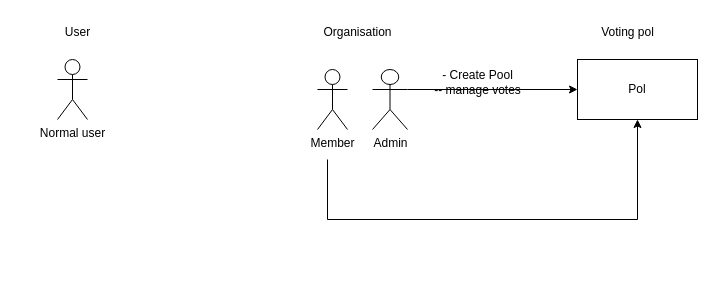
Before: Untitled Diagram.drawio in Habinezajanvier/voting-app-api, a draw.io diagram. Source tidied: cells renumbered, new cells numbered last; positions are measured from the earlier drawing's top-left corner, leaving out a move shared by most shapes. Both pictures are drawn from the tidied source at 100%, with x=0, y=0 at pixel (52, 17).
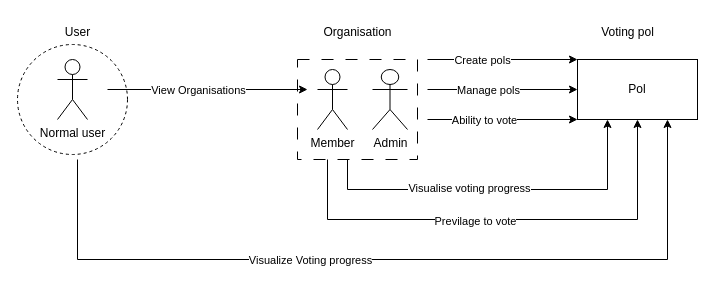
After the change.

Commit message:
overall diagram picture

The change refers to these unchanged cells:
```xml
<mxCell id="7" value="Admin" style="shape=umlActor;verticalLabelPosition=bottom;verticalAlign=top;html=1;outlineConnect=0;" parent="1" vertex="1">
  <mxGeometry x="320" y="52" width="35" height="60" as="geometry" />
</mxCell>
<mxCell id="8" value="Pol" style="rounded=0;whiteSpace=wrap;html=1;" parent="1" vertex="1">
  <mxGeometry x="525" y="42" width="120" height="60" as="geometry" />
</mxCell>
<mxCell id="11" style="endArrow=classic;html=1;rounded=0;entryX=0.5;entryY=1;entryDx=0;entryDy=0;" parent="1" edge="1" target="8">
  <mxGeometry relative="1" as="geometry">
    <mxPoint x="275" y="142" as="sourcePoint" />
    <Array as="points">
      <mxPoint x="275" y="202" />
      <mxPoint x="585" y="202" />
    </Array>
  </mxGeometry>
</mxCell>
```

Diff of the diagram source:
```diff
@@
-    <mxCell id="9" style="endArrow=classic;html=1;rounded=0;exitX=1;exitY=0.3333333333333333;exitDx=0;exitDy=0;exitPerimeter=0;entryX=0;entryY=0.5;entryDx=0;entryDy=0;" parent="1" edge="1" source="7" target="8">
-      <mxGeometry relative="1" as="geometry" />
-    </mxCell>
-    <mxCell id="10" value="- Create Pool&lt;br&gt;-- manage votes" style="text;html=1;align=center;verticalAlign=middle;strokeColor=none;fillColor=none;" parent="1" vertex="1">
-      <mxGeometry x="370" y="45" width="110" height="40" as="geometry" />
-    </mxCell>
@@
+    <mxCell id="12" value="Previlage to vote" style="edgeLabel;html=1;align=center;verticalAlign=middle;" parent="11" vertex="1">
+      <mxGeometry x="-0.12" y="-1" relative="1" as="geometry" />
+    </mxCell>
+    <mxCell id="13" style="endArrow=classic;html=1;rounded=0;entryX=0.25;entryY=1;entryDx=0;entryDy=0;" parent="1" edge="1" target="8">
+      <mxGeometry relative="1" as="geometry">
+        <mxPoint x="295" y="142" as="sourcePoint" />
+        <Array as="points">
+          <mxPoint x="295" y="172" />
+          <mxPoint x="555" y="172" />
+        </Array>
+      </mxGeometry>
+    </mxCell>
+    <mxCell id="14" value="Visualise voting progress" style="edgeLabel;html=1;align=center;verticalAlign=middle;" parent="13" vertex="1">
+      <mxGeometry x="-0.16" y="2" relative="1" as="geometry" />
+    </mxCell>
+    <mxCell id="15" style="endArrow=classic;html=1;rounded=0;entryX=0;entryY=0.5;entryDx=0;entryDy=0;" parent="1" edge="1" target="8">
+      <mxGeometry relative="1" as="geometry">
+        <mxPoint x="375" y="72" as="sourcePoint" />
+      </mxGeometry>
+    </mxCell>
+    <mxCell id="16" value="Manage pols" style="edgeLabel;html=1;align=center;verticalAlign=middle;" parent="15" vertex="1">
+      <mxGeometry x="-0.2" relative="1" as="geometry" />
+    </mxCell>
+    <mxCell id="17" style="endArrow=classic;html=1;rounded=0;entryX=0;entryY=1;entryDx=0;entryDy=0;" parent="1" edge="1" target="8">
+      <mxGeometry relative="1" as="geometry">
+        <mxPoint x="375" y="102" as="sourcePoint" />
+      </mxGeometry>
+    </mxCell>
+    <mxCell id="18" value="Ability to vote" style="edgeLabel;html=1;align=center;verticalAlign=middle;" parent="17" vertex="1">
+      <mxGeometry x="-0.25" relative="1" as="geometry" />
+    </mxCell>
+    <mxCell id="19" style="endArrow=classic;html=1;rounded=0;entryX=0;entryY=0;entryDx=0;entryDy=0;" parent="1" edge="1" target="8">
+      <mxGeometry relative="1" as="geometry">
+        <mxPoint x="375" y="42" as="sourcePoint" />
+      </mxGeometry>
+    </mxCell>
+    <mxCell id="20" value="Create pols" style="edgeLabel;html=1;align=center;verticalAlign=middle;" parent="19" vertex="1">
+      <mxGeometry x="-0.28" relative="1" as="geometry" />
+    </mxCell>
+    <mxCell id="21" style="endArrow=classic;html=1;rounded=0;entryX=0.75;entryY=1;entryDx=0;entryDy=0;" parent="1" edge="1" target="8">
+      <mxGeometry relative="1" as="geometry">
+        <mxPoint x="25" y="142" as="sourcePoint" />
+        <Array as="points">
+          <mxPoint x="25" y="242" />
+          <mxPoint x="615" y="242" />
+        </Array>
+      </mxGeometry>
+    </mxCell>
+    <mxCell id="22" value="Visualize Voting progress" style="edgeLabel;html=1;align=center;verticalAlign=middle;" parent="21" vertex="1">
+      <mxGeometry x="-0.2" relative="1" as="geometry" />
+    </mxCell>
+    <mxCell id="23" style="endArrow=classic;html=1;rounded=0;" parent="1" edge="1">
+      <mxGeometry relative="1" as="geometry">
+        <mxPoint x="55" y="72" as="sourcePoint" />
+        <mxPoint x="255" y="72" as="targetPoint" />
+      </mxGeometry>
+    </mxCell>
+    <mxCell id="24" value="View Organisations" style="edgeLabel;html=1;align=center;verticalAlign=middle;" parent="23" vertex="1">
+      <mxGeometry x="-0.1" y="-1" relative="1" as="geometry">
+        <mxPoint y="-1" as="offset" />
+      </mxGeometry>
+    </mxCell>
+    <mxCell id="25" style="ellipse;whiteSpace=wrap;html=1;fillColor=none;strokeColor=default;dashed=1;" parent="1" vertex="1">
+      <mxGeometry x="-35" y="27" width="110" height="110" as="geometry" />
+    </mxCell>
+    <mxCell id="26" style="rounded=0;whiteSpace=wrap;html=1;fillColor=none;dashed=1;dashPattern=12 12;" parent="1" vertex="1">
+      <mxGeometry x="245" y="42" width="120" height="100" as="geometry" />
+    </mxCell>
```
